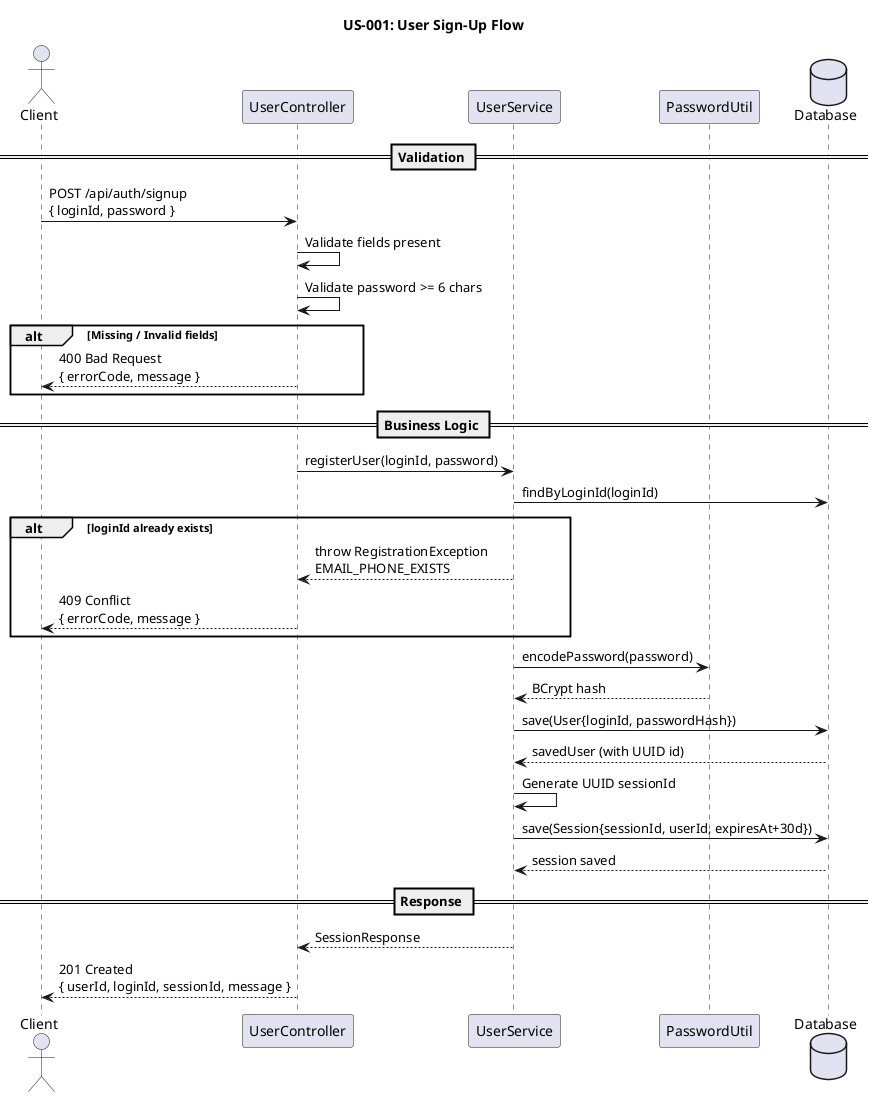
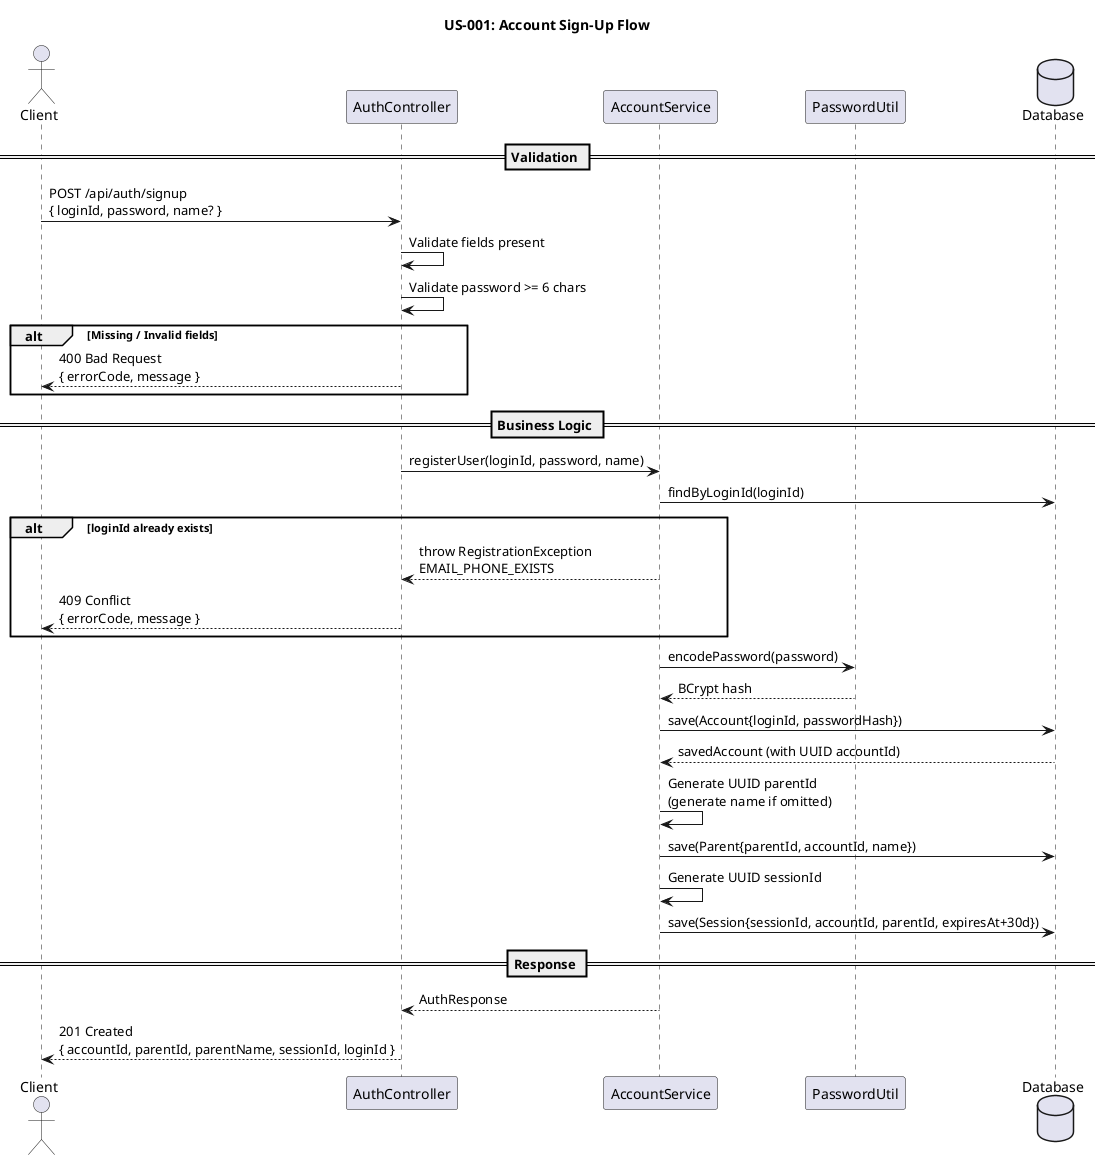
@startuml
- title US-001: User Sign-Up Flow
+ title US-001: Account Sign-Up Flow

actor "Client" as client
- participant "UserController" as ctrl
- participant "UserService" as svc
+ participant "AuthController" as ctrl
+ participant "AccountService" as svc
participant "PasswordUtil" as pwd
database "Database" as db

== Validation ==
- client -> ctrl: POST /api/auth/signup\n{ loginId, password }
+ client -> ctrl: POST /api/auth/signup\n{ loginId, password, name? }
ctrl -> ctrl: Validate fields present
ctrl -> ctrl: Validate password >= 6 chars

alt Missing / Invalid fields
    ctrl --> client: 400 Bad Request\n{ errorCode, message }
end

== Business Logic ==
- ctrl -> svc: registerUser(loginId, password)
+ ctrl -> svc: registerUser(loginId, password, name)
svc -> db: findByLoginId(loginId)

alt loginId already exists
    svc --> ctrl: throw RegistrationException\nEMAIL_PHONE_EXISTS
    ctrl --> client: 409 Conflict\n{ errorCode, message }
end

svc -> pwd: encodePassword(password)
pwd --> svc: BCrypt hash
- svc -> db: save(User{loginId, passwordHash})
- db --> svc: savedUser (with UUID id)
+ svc -> db: save(Account{loginId, passwordHash})
+ db --> svc: savedAccount (with UUID accountId)
+ svc -> svc: Generate UUID parentId\n(generate name if omitted)
+ svc -> db: save(Parent{parentId, accountId, name})
svc -> svc: Generate UUID sessionId
- svc -> db: save(Session{sessionId, userId, expiresAt+30d})
- db --> svc: session saved
+ svc -> db: save(Session{sessionId, accountId, parentId, expiresAt+30d})

== Response ==
- svc --> ctrl: SessionResponse
- ctrl --> client: 201 Created\n{ userId, loginId, sessionId, message }
+ svc --> ctrl: AuthResponse
+ ctrl --> client: 201 Created\n{ accountId, parentId, parentName, sessionId, loginId }

@enduml
